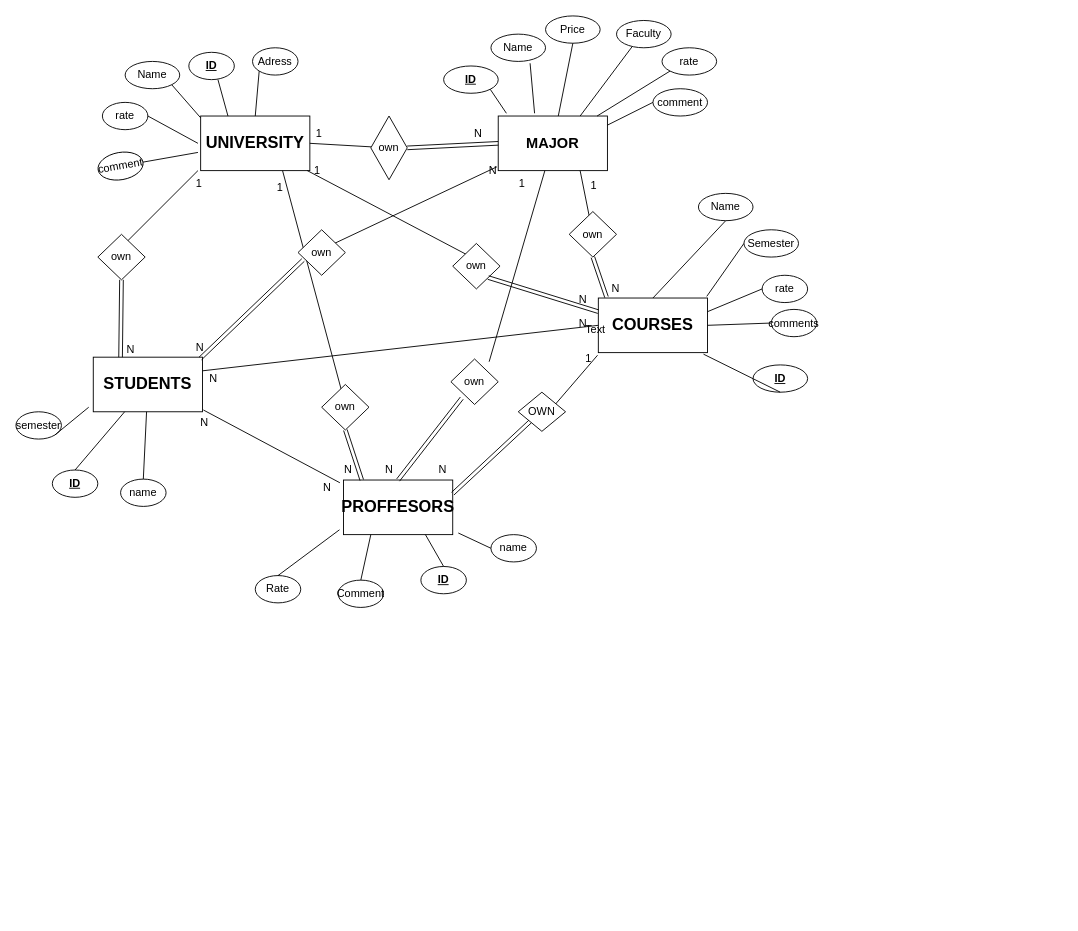
This is KnowUni (database architecture draft) .drawio from janweh/GangsOfCsharp, a draw.io file, before an edit. Source tidied: cells renumbered, new cells numbered last; positions are measured from the earlier drawing's top-left corner, leaving out a move shared by most shapes. Both pictures are drawn from the tidied source at 91%, with x=0, y=0 at pixel (15, 15).
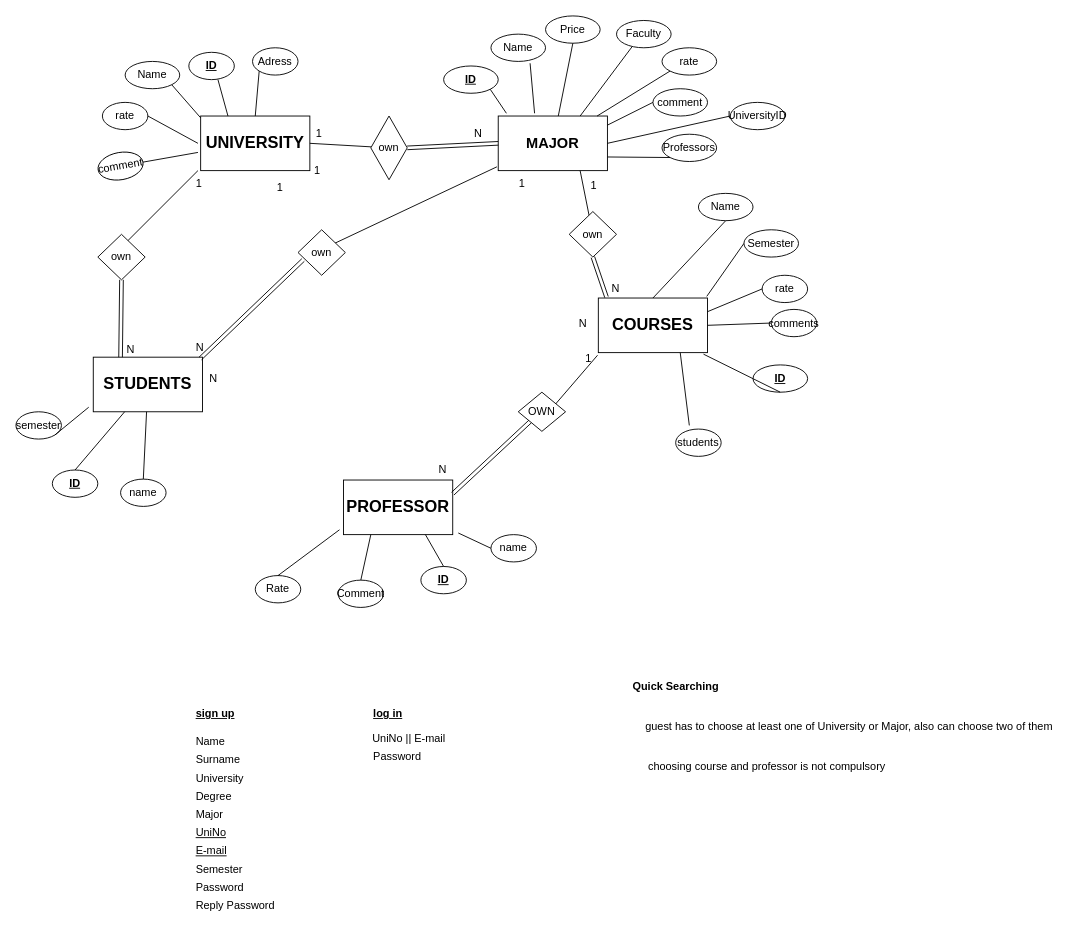
Above is the later version.

Unchanged cells that the change refers to:
```xml
<mxCell id="2" value="&lt;b&gt;&lt;font style=&quot;font-size: 18px&quot;&gt;UNIVERSITY&lt;/font&gt;&lt;/b&gt;" style="rounded=0;whiteSpace=wrap;html=1;" parent="1" vertex="1">
  <mxGeometry x="203" y="110" width="120" height="60" as="geometry" />
</mxCell>
<mxCell id="3" value="&lt;font size=&quot;3&quot;&gt;&lt;b&gt;MAJOR&lt;/b&gt;&lt;/font&gt;" style="rounded=0;whiteSpace=wrap;html=1;" parent="1" vertex="1">
  <mxGeometry x="530" y="110" width="120" height="60" as="geometry" />
</mxCell>
<mxCell id="31" value="&lt;b&gt;&lt;font style=&quot;font-size: 18px&quot;&gt;COURSES&lt;/font&gt;&lt;/b&gt;" style="rounded=0;whiteSpace=wrap;html=1;" parent="1" vertex="1">
  <mxGeometry x="640" y="310" width="120" height="60" as="geometry" />
</mxCell>
<mxCell id="49" value="&lt;font style=&quot;font-size: 18px&quot;&gt;&lt;b&gt;STUDENTS&lt;/b&gt;&lt;/font&gt;" style="rounded=0;whiteSpace=wrap;html=1;" parent="1" vertex="1">
  <mxGeometry x="85" y="375" width="120" height="60" as="geometry" />
</mxCell>
```

Change to the diagram source:
```diff
@@
-    <mxCell id="48" value="&lt;b&gt;&lt;font style=&quot;font-size: 18px&quot;&gt;PROFFESORS&lt;/font&gt;&lt;/b&gt;" style="rounded=0;whiteSpace=wrap;html=1;" parent="1" vertex="1">
+    <mxCell id="48" value="&lt;b&gt;&lt;font style=&quot;font-size: 18px&quot;&gt;PROFESSOR&lt;/font&gt;&lt;/b&gt;" style="rounded=0;whiteSpace=wrap;html=1;" parent="1" vertex="1">
       <mxGeometry x="360" y="510" width="120" height="60" as="geometry" />
     </mxCell>
@@
-    <mxCell id="62" style="endArrow=none;html=1;" parent="1" edge="1" target="3">
-      <mxGeometry relative="1" as="geometry">
-        <mxPoint x="520" y="380" as="sourcePoint" />
-      </mxGeometry>
-    </mxCell>
-    <mxCell id="63" value="own" style="rhombus;whiteSpace=wrap;html=1;" parent="1" vertex="1">
-      <mxGeometry x="478" y="377" width="52" height="50" as="geometry" />
-    </mxCell>
-    <mxCell id="64" style="shape=link;html=1;exitX=0.5;exitY=0;exitDx=0;exitDy=0;" parent="1" edge="1" source="48">
-      <mxGeometry relative="1" as="geometry">
-        <mxPoint x="490" y="420" as="targetPoint" />
-      </mxGeometry>
-    </mxCell>
@@
-    <mxCell id="66" value="N" style="text;html=1;align=left;verticalAlign=top;spacingTop=-4;" parent="1" vertex="1">
-      <mxGeometry x="404" y="489" width="20" height="20" as="geometry" />
-    </mxCell>
-    <mxCell id="67" style="endArrow=none;html=1;entryX=0.975;entryY=0.998;entryDx=0;entryDy=0;entryPerimeter=0;" parent="1" edge="1" target="2">
-      <mxGeometry relative="1" as="geometry">
-        <mxPoint x="510" y="270" as="sourcePoint" />
-      </mxGeometry>
-    </mxCell>
-    <mxCell id="68" value="own" style="rhombus;whiteSpace=wrap;html=1;" parent="1" vertex="1">
-      <mxGeometry x="480" y="250" width="52" height="50" as="geometry" />
-    </mxCell>
-    <mxCell id="69" style="shape=link;html=1;exitX=0;exitY=0.25;exitDx=0;exitDy=0;entryX=1;entryY=1;entryDx=0;entryDy=0;" parent="1" edge="1" source="31" target="68">
-      <mxGeometry relative="1" as="geometry" />
-    </mxCell>
-    <mxCell id="70" value="N" style="text;html=1;align=left;verticalAlign=top;spacingTop=-4;" parent="1" vertex="1">
-      <mxGeometry x="617" y="302" width="20" height="20" as="geometry" />
-    </mxCell>
@@
-    <mxCell id="72" style="endArrow=none;html=1;entryX=0.75;entryY=1;entryDx=0;entryDy=0;" parent="1" edge="1" target="2">
-      <mxGeometry relative="1" as="geometry">
-        <mxPoint x="360" y="420" as="sourcePoint" />
-      </mxGeometry>
-    </mxCell>
-    <mxCell id="73" value="own" style="rhombus;whiteSpace=wrap;html=1;" parent="1" vertex="1">
-      <mxGeometry x="336" y="405" width="52" height="50" as="geometry" />
-    </mxCell>
-    <mxCell id="74" style="shape=link;html=1;entryX=0.5;entryY=1;entryDx=0;entryDy=0;exitX=0.167;exitY=0;exitDx=0;exitDy=0;exitPerimeter=0;" parent="1" edge="1" source="48" target="73">
-      <mxGeometry relative="1" as="geometry" />
-    </mxCell>
@@
-    <mxCell id="76" value="N" style="text;html=1;points=[];align=left;verticalAlign=top;spacingTop=-4;" parent="1" vertex="1">
-      <mxGeometry x="359" y="489" width="20" height="20" as="geometry" />
-    </mxCell>
@@
-    <mxCell id="90" style="endArrow=none;html=1;entryX=0;entryY=0.5;entryDx=0;entryDy=0;exitX=1;exitY=0.25;exitDx=0;exitDy=0;" parent="1" edge="1" source="49" target="31">
-      <mxGeometry relative="1" as="geometry" />
-    </mxCell>
@@
-    <mxCell id="93" value="N" style="text;html=1;align=left;verticalAlign=top;spacingTop=-4;" parent="1" vertex="1">
-      <mxGeometry x="518" y="160" width="20" height="20" as="geometry" />
-    </mxCell>
@@
-    <mxCell id="96" value="Text" style="text;html=1;align=left;verticalAlign=top;spacingTop=-4;" parent="1" vertex="1">
-      <mxGeometry x="624" y="335" width="40" height="20" as="geometry" />
-    </mxCell>
-    <mxCell id="97" style="endArrow=none;html=1;entryX=-0.15;entryY=1.2;entryDx=0;entryDy=0;entryPerimeter=0;exitX=1.008;exitY=0.967;exitDx=0;exitDy=0;exitPerimeter=0;" parent="1" edge="1" source="49" target="76">
-      <mxGeometry relative="1" as="geometry" />
-    </mxCell>
-    <mxCell id="98" value="N" style="text;html=1;align=left;verticalAlign=top;spacingTop=-4;" parent="1" vertex="1">
-      <mxGeometry x="201" y="436.5" width="20" height="20" as="geometry" />
-    </mxCell>
-    <mxCell id="99" value="N" style="text;html=1;align=left;verticalAlign=top;spacingTop=-4;" parent="1" vertex="1">
-      <mxGeometry x="336" y="509" width="20" height="20" as="geometry" />
-    </mxCell>
+    <mxCell id="100" value="Professors" style="ellipse;whiteSpace=wrap;html=1;" parent="1" vertex="1">
+      <mxGeometry x="710" y="130" width="60" height="30" as="geometry" />
+    </mxCell>
+    <mxCell id="101" style="endArrow=none;html=1;entryX=0;entryY=1;entryDx=0;entryDy=0;exitX=1;exitY=0.75;exitDx=0;exitDy=0;" parent="1" edge="1" source="3" target="100">
+      <mxGeometry relative="1" as="geometry" />
+    </mxCell>
+    <mxCell id="102" value="UniversityID" style="ellipse;whiteSpace=wrap;html=1;" parent="1" vertex="1">
+      <mxGeometry x="785" y="95" width="60" height="30" as="geometry" />
+    </mxCell>
+    <mxCell id="103" style="text;html=1;align=left;verticalAlign=top;spacingTop=-4;" parent="1" vertex="1">
+      <mxGeometry x="709" y="199" width="20" height="20" as="geometry" />
+    </mxCell>
+    <mxCell id="104" style="endArrow=none;html=1;entryX=0;entryY=0.5;entryDx=0;entryDy=0;exitX=1;exitY=0.5;exitDx=0;exitDy=0;" parent="1" edge="1" source="3" target="102">
+      <mxGeometry relative="1" as="geometry" />
+    </mxCell>
+    <mxCell id="105" value="students" style="ellipse;whiteSpace=wrap;html=1;direction=west;" parent="1" vertex="1">
+      <mxGeometry x="725" y="454" width="50" height="30" as="geometry" />
+    </mxCell>
+    <mxCell id="106" style="endArrow=none;html=1;entryX=0.75;entryY=1;entryDx=0;entryDy=0;" parent="1" edge="1" target="31">
+      <mxGeometry relative="1" as="geometry">
+        <mxPoint x="740" y="450" as="sourcePoint" />
+      </mxGeometry>
+    </mxCell>
+    <mxCell id="107" value="&lt;b&gt;&lt;u&gt;sign up&lt;/u&gt;&lt;/b&gt;" style="text;html=1;align=left;verticalAlign=top;spacingTop=-4;" parent="1" vertex="1">
+      <mxGeometry x="196" y="757" width="60" height="20" as="geometry" />
+    </mxCell>
+    <mxCell id="108" value="Name" style="text;html=1;align=left;verticalAlign=top;spacingTop=-4;" parent="1" vertex="1">
+      <mxGeometry x="196" y="788" width="50" height="20" as="geometry" />
+    </mxCell>
+    <mxCell id="109" value="Surname" style="text;html=1;align=left;verticalAlign=top;spacingTop=-4;" parent="1" vertex="1">
+      <mxGeometry x="196" y="808" width="60" height="20" as="geometry" />
+    </mxCell>
+    <mxCell id="110" value="University" style="text;html=1;align=left;verticalAlign=top;spacingTop=-4;" parent="1" vertex="1">
+      <mxGeometry x="196" y="828" width="70" height="20" as="geometry" />
+    </mxCell>
+    <mxCell id="111" value="Degree" style="text;html=1;align=left;verticalAlign=top;spacingTop=-4;" parent="1" vertex="1">
+      <mxGeometry x="196" y="848" width="50" height="20" as="geometry" />
+    </mxCell>
+    <mxCell id="112" value="Major" style="text;html=1;align=left;verticalAlign=top;spacingTop=-4;" parent="1" vertex="1">
+      <mxGeometry x="196" y="868" width="50" height="20" as="geometry" />
+    </mxCell>
+    <mxCell id="113" value="&lt;u&gt;UniNo&lt;/u&gt;" style="text;html=1;align=left;verticalAlign=top;spacingTop=-4;" parent="1" vertex="1">
+      <mxGeometry x="196" y="888" width="50" height="20" as="geometry" />
+    </mxCell>
+    <mxCell id="114" value="Password" style="text;html=1;align=left;verticalAlign=top;spacingTop=-4;" parent="1" vertex="1">
+      <mxGeometry x="196" y="948" width="70" height="20" as="geometry" />
+    </mxCell>
+    <mxCell id="115" value="Reply Password" style="text;html=1;align=left;verticalAlign=top;spacingTop=-4;" parent="1" vertex="1">
+      <mxGeometry x="196" y="968" width="100" height="20" as="geometry" />
+    </mxCell>
+    <mxCell id="116" value="&lt;b&gt;&lt;u&gt;log in&lt;/u&gt;&lt;/b&gt;" style="text;html=1;align=left;verticalAlign=top;spacingTop=-4;" parent="1" vertex="1">
+      <mxGeometry x="391" y="757" width="50" height="20" as="geometry" />
+    </mxCell>
+    <mxCell id="117" value="UniNo || E-mail" style="text;html=1;align=left;verticalAlign=top;spacingTop=-4;" parent="1" vertex="1">
+      <mxGeometry x="390" y="784" width="100" height="20" as="geometry" />
+    </mxCell>
+    <mxCell id="118" value="Password" style="text;html=1;align=left;verticalAlign=top;spacingTop=-4;" parent="1" vertex="1">
+      <mxGeometry x="391" y="804" width="70" height="20" as="geometry" />
+    </mxCell>
+    <mxCell id="119" value="&lt;u&gt;E-mail&lt;/u&gt;" style="text;html=1;align=left;verticalAlign=top;spacingTop=-4;" parent="1" vertex="1">
+      <mxGeometry x="196" y="908" width="50" height="20" as="geometry" />
+    </mxCell>
+    <mxCell id="120" value="Semester" style="text;html=1;align=left;verticalAlign=top;spacingTop=-4;" parent="1" vertex="1">
+      <mxGeometry x="196" y="928" width="70" height="20" as="geometry" />
+    </mxCell>
+    <mxCell id="121" value="&lt;b&gt;Quick Searching&lt;/b&gt;" style="text;html=1;align=left;verticalAlign=top;spacingTop=-4;" parent="1" vertex="1">
+      <mxGeometry x="676" y="727" width="110" height="20" as="geometry" />
+    </mxCell>
+    <mxCell id="122" value="guest has to choose at least one of University or Major, also can choose two of them" style="text;html=1;align=left;verticalAlign=top;spacingTop=-4;" parent="1" vertex="1">
+      <mxGeometry x="690" y="771" width="460" height="20" as="geometry" />
+    </mxCell>
+    <mxCell id="123" value="choosing course and professor is not compulsory" style="text;html=1;align=left;verticalAlign=top;spacingTop=-4;" parent="1" vertex="1">
+      <mxGeometry x="693" y="815" width="280" height="20" as="geometry" />
+    </mxCell>
```
